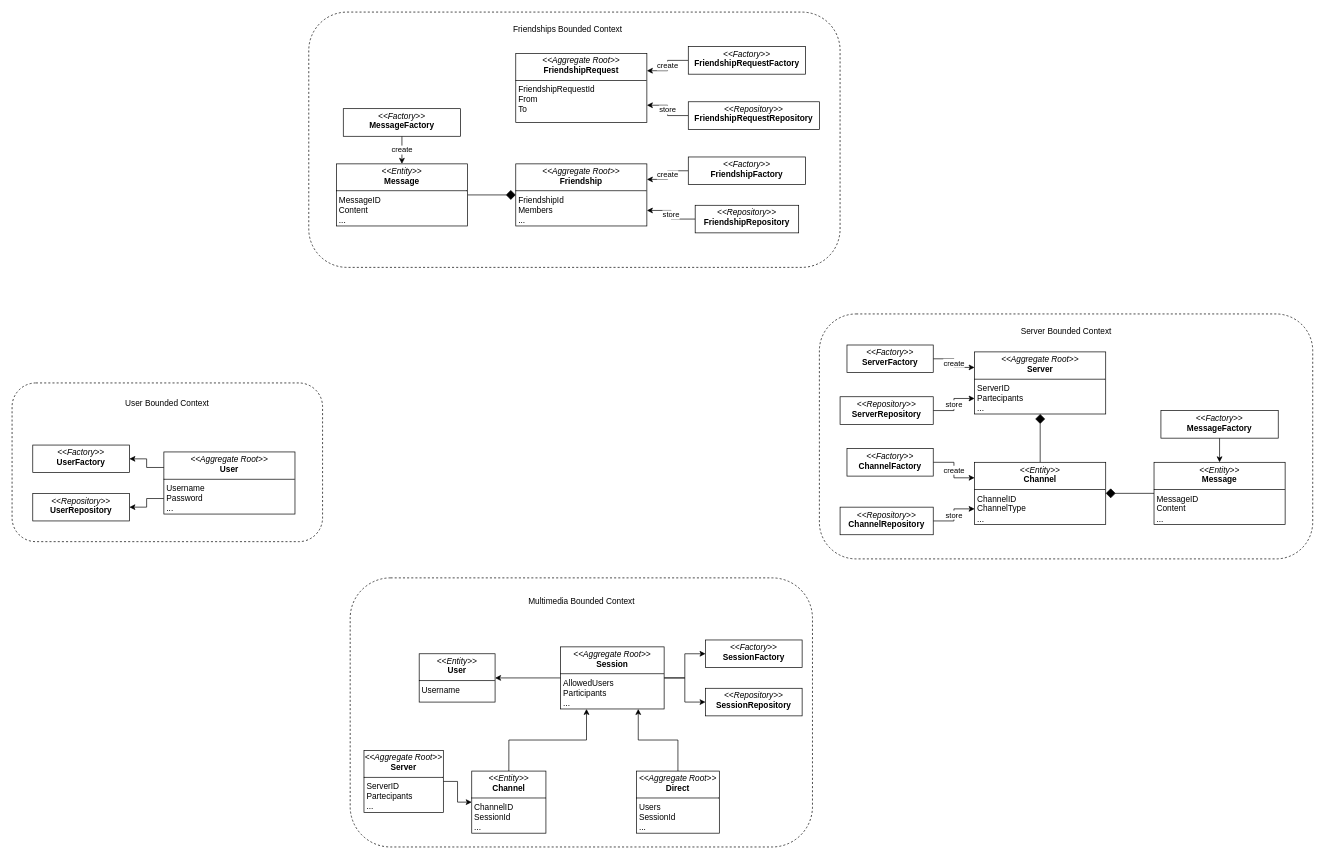
This is page "Bounded Contexts" (1 of 2) of resources/ddd.drawio from zucchero-sintattico/piper-kt, a draw.io file, before an edit. Source tidied: cells renumbered, new cells numbered last; positions are measured from the earlier drawing's top-left corner, leaving out a move shared by most shapes. Both pictures are drawn from the tidied source at 69%, with x=0, y=0 at pixel (12, 12).
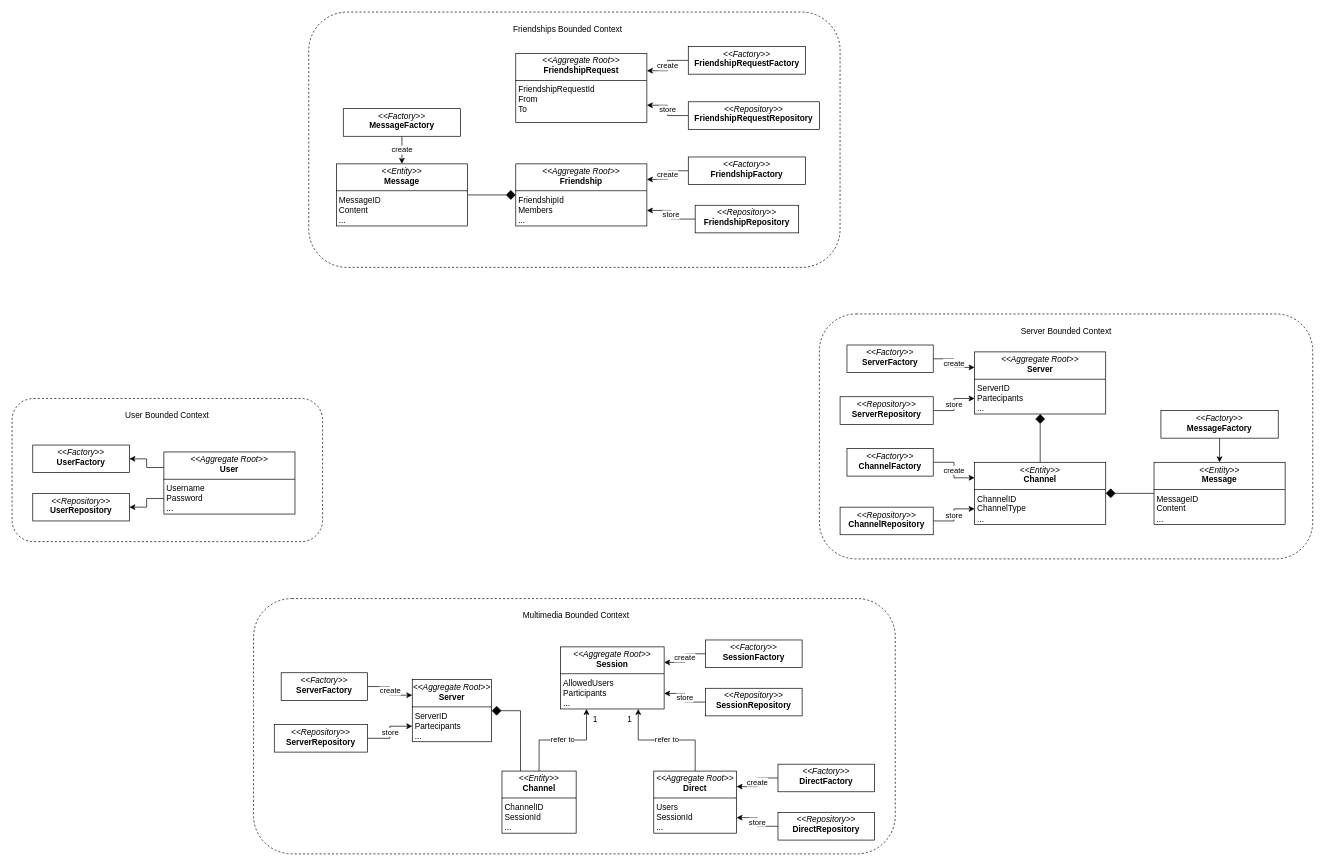
Above is the later version.

The change refers to these unchanged cells:
```xml
<mxCell id="28" value="&lt;p style=&quot;margin:0px;margin-top:4px;text-align:center;&quot;&gt;&lt;i&gt;&amp;lt;&amp;lt;Aggregate Root&amp;gt;&amp;gt;&lt;/i&gt;&lt;br&gt;&lt;b&gt;Session&lt;/b&gt;&lt;/p&gt;&lt;hr size=&quot;1&quot; style=&quot;border-style:solid;&quot;&gt;&lt;p style=&quot;margin:0px;margin-left:4px;&quot;&gt;AllowedUsers&lt;/p&gt;&lt;p style=&quot;margin:0px;margin-left:4px;&quot;&gt;Participants&lt;/p&gt;&lt;p style=&quot;margin:0px;margin-left:4px;&quot;&gt;...&lt;/p&gt;" style="verticalAlign=top;align=left;overflow=fill;html=1;whiteSpace=wrap;" parent="1" vertex="1">
  <mxGeometry x="795" y="920" width="150" height="90" as="geometry" />
</mxCell>
<mxCell id="29" value="&lt;p style=&quot;margin:0px;margin-top:4px;text-align:center;&quot;&gt;&lt;i&gt;&amp;lt;&amp;lt;Factory&amp;gt;&amp;gt;&lt;/i&gt;&lt;br&gt;&lt;b&gt;SessionFactory&lt;/b&gt;&lt;/p&gt;" style="verticalAlign=top;align=left;overflow=fill;html=1;whiteSpace=wrap;" parent="1" vertex="1">
  <mxGeometry x="1005" y="910" width="140" height="40" as="geometry" />
</mxCell>
<mxCell id="30" value="&lt;p style=&quot;margin:0px;margin-top:4px;text-align:center;&quot;&gt;&lt;i&gt;&amp;lt;&amp;lt;Repository&amp;gt;&amp;gt;&lt;/i&gt;&lt;br&gt;&lt;b&gt;SessionRepository&lt;/b&gt;&lt;/p&gt;" style="verticalAlign=top;align=left;overflow=fill;html=1;whiteSpace=wrap;" parent="1" vertex="1">
  <mxGeometry x="1005" y="980" width="140" height="40" as="geometry" />
</mxCell>
```

What changed in the source:
```diff
@@
     <mxCell id="15" style="rounded=1;whiteSpace=wrap;html=1;dashed=1;" parent="1" vertex="1">
-      <mxGeometry y="537.5" width="450" height="230" as="geometry" />
+      <mxGeometry y="560" width="450" height="207.5" as="geometry" />
     </mxCell>
@@
     <mxCell id="19" value="User Bounded Context" style="text;html=1;align=center;verticalAlign=middle;whiteSpace=wrap;rounded=0;" parent="1" vertex="1">
-      <mxGeometry x="155" y="552.5" width="140" height="30" as="geometry" />
+      <mxGeometry x="155" y="570" width="140" height="30" as="geometry" />
     </mxCell>
@@
     <mxCell id="22" style="rounded=1;whiteSpace=wrap;html=1;dashed=1;" parent="1" vertex="1">
-      <mxGeometry x="490" y="820" width="670" height="390" as="geometry" />
+      <mxGeometry x="350" y="850" width="930" height="370" as="geometry" />
     </mxCell>
     <mxCell id="23" value="Multimedia Bounded Context" style="text;html=1;align=center;verticalAlign=middle;whiteSpace=wrap;rounded=0;" parent="1" vertex="1">
-      <mxGeometry x="737.5" y="840" width="175" height="30" as="geometry" />
+      <mxGeometry x="730" y="860" width="175" height="30" as="geometry" />
     </mxCell>
-    <mxCell id="24" value="&lt;p style=&quot;margin:0px;margin-top:4px;text-align:center;&quot;&gt;&lt;i&gt;&amp;lt;&amp;lt;Entity&amp;gt;&amp;gt;&lt;/i&gt;&lt;br&gt;&lt;b&gt;User&lt;/b&gt;&lt;/p&gt;&lt;hr size=&quot;1&quot; style=&quot;border-style:solid;&quot;&gt;&lt;p style=&quot;margin:0px;margin-left:4px;&quot;&gt;Username&lt;br&gt;&lt;/p&gt;" style="verticalAlign=top;align=left;overflow=fill;html=1;whiteSpace=wrap;" parent="1" vertex="1">
-      <mxGeometry x="590" y="930" width="110" height="70" as="geometry" />
-    </mxCell>
-    <mxCell id="25" style="edgeStyle=orthogonalEdgeStyle;rounded=0;jettySize=auto;html=1;exitX=1;exitY=0.5;exitDx=0;exitDy=0;entryX=0;entryY=0.5;entryDx=0;entryDy=0;" parent="1" edge="1" source="28" target="29">
-      <mxGeometry relative="1" as="geometry" />
-    </mxCell>
-    <mxCell id="26" style="edgeStyle=orthogonalEdgeStyle;rounded=0;jettySize=auto;html=1;exitX=1;exitY=0.5;exitDx=0;exitDy=0;entryX=0;entryY=0.5;entryDx=0;entryDy=0;" parent="1" edge="1" source="28" target="30">
-      <mxGeometry relative="1" as="geometry" />
-    </mxCell>
-    <mxCell id="27" style="edgeStyle=orthogonalEdgeStyle;rounded=0;jettySize=auto;html=1;exitX=0;exitY=0.5;exitDx=0;exitDy=0;entryX=1;entryY=0.5;entryDx=0;entryDy=0;" parent="1" edge="1" source="28" target="24">
-      <mxGeometry relative="1" as="geometry" />
-    </mxCell>
@@
+    <mxCell id="57" value="create" style="edgeStyle=orthogonalEdgeStyle;rounded=0;jettySize=auto;html=1;exitX=0;exitY=0.5;exitDx=0;exitDy=0;entryX=1;entryY=0.25;entryDx=0;entryDy=0;" parent="1" edge="1" source="29" target="28">
+      <mxGeometry relative="1" as="geometry" />
+    </mxCell>
@@
+    <mxCell id="58" value="store" style="edgeStyle=orthogonalEdgeStyle;rounded=0;jettySize=auto;html=1;exitX=0;exitY=0.5;exitDx=0;exitDy=0;entryX=1;entryY=0.75;entryDx=0;entryDy=0;" parent="1" edge="1" source="30" target="28">
+      <mxGeometry relative="1" as="geometry" />
+    </mxCell>
@@
-    <mxCell id="31" style="edgeStyle=orthogonalEdgeStyle;rounded=0;jettySize=auto;html=1;exitX=1;exitY=0.5;exitDx=0;exitDy=0;entryX=0;entryY=0.5;entryDx=0;entryDy=0;" parent="1" edge="1" source="32" target="34">
+    <mxCell id="31" style="edgeStyle=orthogonalEdgeStyle;rounded=0;jettySize=auto;html=1;exitX=1;exitY=0.5;exitDx=0;exitDy=0;entryX=0.25;entryY=0;entryDx=0;entryDy=0;endArrow=none;endFill=0;startArrow=diamond;startFill=1;endSize=12;startSize=12;" parent="1" edge="1" source="32" target="34">
       <mxGeometry relative="1" as="geometry" />
     </mxCell>
     <mxCell id="32" value="&lt;p style=&quot;margin:0px;margin-top:4px;text-align:center;&quot;&gt;&lt;i&gt;&amp;lt;&amp;lt;Aggregate Root&amp;gt;&amp;gt;&lt;/i&gt;&lt;br&gt;&lt;b&gt;Server&lt;/b&gt;&lt;/p&gt;&lt;hr size=&quot;1&quot; style=&quot;border-style:solid;&quot;&gt;&lt;p style=&quot;margin:0px;margin-left:4px;&quot;&gt;ServerID&lt;/p&gt;&lt;p style=&quot;margin:0px;margin-left:4px;&quot;&gt;Partecipants&lt;/p&gt;&lt;p style=&quot;margin:0px;margin-left:4px;&quot;&gt;...&lt;/p&gt;" style="verticalAlign=top;align=left;overflow=fill;html=1;whiteSpace=wrap;" parent="1" vertex="1">
-      <mxGeometry x="510" y="1070" width="115" height="90" as="geometry" />
+      <mxGeometry x="580" y="967.5" width="115" height="90" as="geometry" />
     </mxCell>
-    <mxCell id="33" style="edgeStyle=orthogonalEdgeStyle;rounded=0;jettySize=auto;html=1;exitX=0.5;exitY=0;exitDx=0;exitDy=0;entryX=0.25;entryY=1;entryDx=0;entryDy=0;" parent="1" edge="1" source="34" target="28">
+    <mxCell id="33" value="refer to" style="edgeStyle=orthogonalEdgeStyle;rounded=0;jettySize=auto;html=1;exitX=0.5;exitY=0;exitDx=0;exitDy=0;entryX=0.25;entryY=1;entryDx=0;entryDy=0;" parent="1" edge="1" source="34" target="28">
       <mxGeometry relative="1" as="geometry" />
     </mxCell>
     <mxCell id="34" value="&lt;p style=&quot;margin:0px;margin-top:4px;text-align:center;&quot;&gt;&lt;i&gt;&amp;lt;&amp;lt;Entity&amp;gt;&amp;gt;&lt;/i&gt;&lt;br&gt;&lt;b&gt;Channel&lt;/b&gt;&lt;/p&gt;&lt;hr size=&quot;1&quot; style=&quot;border-style:solid;&quot;&gt;&lt;p style=&quot;margin:0px;margin-left:4px;&quot;&gt;ChannelID&lt;/p&gt;&lt;p style=&quot;margin:0px;margin-left:4px;&quot;&gt;SessionId&lt;/p&gt;&lt;p style=&quot;margin:0px;margin-left:4px;&quot;&gt;...&lt;/p&gt;" style="verticalAlign=top;align=left;overflow=fill;html=1;whiteSpace=wrap;" parent="1" vertex="1">
-      <mxGeometry x="666.2" y="1100" width="107.5" height="90" as="geometry" />
+      <mxGeometry x="710" y="1100" width="107.5" height="90" as="geometry" />
     </mxCell>
-    <mxCell id="35" style="edgeStyle=orthogonalEdgeStyle;rounded=0;jettySize=auto;html=1;exitX=0.5;exitY=0;exitDx=0;exitDy=0;entryX=0.75;entryY=1;entryDx=0;entryDy=0;" parent="1" edge="1" source="36" target="28">
+    <mxCell id="35" value="refer to" style="edgeStyle=orthogonalEdgeStyle;rounded=0;jettySize=auto;html=1;exitX=0.5;exitY=0;exitDx=0;exitDy=0;entryX=0.75;entryY=1;entryDx=0;entryDy=0;" parent="1" edge="1" source="36" target="28">
       <mxGeometry relative="1" as="geometry" />
     </mxCell>
     <mxCell id="36" value="&lt;p style=&quot;margin:0px;margin-top:4px;text-align:center;&quot;&gt;&lt;i&gt;&amp;lt;&amp;lt;Aggregate Root&amp;gt;&amp;gt;&lt;/i&gt;&lt;br&gt;&lt;b&gt;Direct&lt;/b&gt;&lt;/p&gt;&lt;hr size=&quot;1&quot; style=&quot;border-style:solid;&quot;&gt;&lt;p style=&quot;margin:0px;margin-left:4px;&quot;&gt;Users&lt;/p&gt;&lt;p style=&quot;margin:0px;margin-left:4px;&quot;&gt;SessionId&lt;/p&gt;&lt;p style=&quot;margin:0px;margin-left:4px;&quot;&gt;...&lt;/p&gt;" style="verticalAlign=top;align=left;overflow=fill;html=1;whiteSpace=wrap;" parent="1" vertex="1">
-      <mxGeometry x="905" y="1100" width="120" height="90" as="geometry" />
+      <mxGeometry x="930" y="1100" width="120" height="90" as="geometry" />
     </mxCell>
@@
+    <mxCell id="59" value="create" style="edgeStyle=orthogonalEdgeStyle;rounded=0;jettySize=auto;html=1;exitX=1;exitY=0.5;exitDx=0;exitDy=0;entryX=0;entryY=0.25;entryDx=0;entryDy=0;" parent="1" edge="1" source="60" target="32">
+      <mxGeometry relative="1" as="geometry" />
+    </mxCell>
+    <mxCell id="60" value="&lt;p style=&quot;margin:0px;margin-top:4px;text-align:center;&quot;&gt;&lt;i&gt;&amp;lt;&amp;lt;Factory&amp;gt;&amp;gt;&lt;/i&gt;&lt;br&gt;&lt;b&gt;ServerFactory&lt;/b&gt;&lt;/p&gt;" style="verticalAlign=top;align=left;overflow=fill;html=1;whiteSpace=wrap;" parent="1" vertex="1">
+      <mxGeometry x="390" y="957.5" width="125" height="40" as="geometry" />
+    </mxCell>
+    <mxCell id="61" value="store" style="edgeStyle=orthogonalEdgeStyle;rounded=0;jettySize=auto;html=1;exitX=1;exitY=0.5;exitDx=0;exitDy=0;entryX=0;entryY=0.75;entryDx=0;entryDy=0;" parent="1" edge="1" source="62" target="32">
+      <mxGeometry relative="1" as="geometry" />
+    </mxCell>
+    <mxCell id="62" value="&lt;p style=&quot;margin:0px;margin-top:4px;text-align:center;&quot;&gt;&lt;i&gt;&amp;lt;&amp;lt;Repository&amp;gt;&amp;gt;&lt;/i&gt;&lt;br&gt;&lt;b&gt;ServerRepository&lt;/b&gt;&lt;/p&gt;" style="verticalAlign=top;align=left;overflow=fill;html=1;whiteSpace=wrap;" parent="1" vertex="1">
+      <mxGeometry x="380" y="1032.5" width="135" height="40" as="geometry" />
+    </mxCell>
+    <mxCell id="63" value="create" style="edgeStyle=orthogonalEdgeStyle;rounded=0;orthogonalLoop=1;jettySize=auto;html=1;exitX=1;exitY=0.5;exitDx=0;exitDy=0;entryX=0;entryY=0.5;entryDx=0;entryDy=0;" parent="1" edge="1">
+      <mxGeometry relative="1" as="geometry">
+        <mxPoint x="590" y="965" as="targetPoint" />
+      </mxGeometry>
+    </mxCell>
+    <mxCell id="64" value="1" style="text;html=1;align=center;verticalAlign=middle;strokeColor=none;fillColor=none;" parent="1" vertex="1">
+      <mxGeometry x="830" y="1010" width="30" height="30" as="geometry" />
+    </mxCell>
+    <mxCell id="65" value="1" style="text;html=1;align=center;verticalAlign=middle;strokeColor=none;fillColor=none;" parent="1" vertex="1">
+      <mxGeometry x="880" y="1010" width="30" height="30" as="geometry" />
+    </mxCell>
+    <mxCell id="66" value="create" style="edgeStyle=orthogonalEdgeStyle;rounded=0;jettySize=auto;html=1;exitX=0;exitY=0.5;exitDx=0;exitDy=0;entryX=1;entryY=0.25;entryDx=0;entryDy=0;" parent="1" edge="1" source="67" target="36">
+      <mxGeometry relative="1" as="geometry" />
+    </mxCell>
+    <mxCell id="67" value="&lt;p style=&quot;margin:0px;margin-top:4px;text-align:center;&quot;&gt;&lt;i&gt;&amp;lt;&amp;lt;Factory&amp;gt;&amp;gt;&lt;/i&gt;&lt;br&gt;&lt;b&gt;DirectFactory&lt;/b&gt;&lt;/p&gt;" style="verticalAlign=top;align=left;overflow=fill;html=1;whiteSpace=wrap;" parent="1" vertex="1">
+      <mxGeometry x="1110" y="1090" width="140" height="40" as="geometry" />
+    </mxCell>
+    <mxCell id="68" value="store" style="edgeStyle=orthogonalEdgeStyle;rounded=0;jettySize=auto;html=1;exitX=0;exitY=0.5;exitDx=0;exitDy=0;entryX=1;entryY=0.75;entryDx=0;entryDy=0;" parent="1" edge="1" source="69" target="36">
+      <mxGeometry relative="1" as="geometry" />
+    </mxCell>
+    <mxCell id="69" value="&lt;p style=&quot;margin:0px;margin-top:4px;text-align:center;&quot;&gt;&lt;i&gt;&amp;lt;&amp;lt;Repository&amp;gt;&amp;gt;&lt;/i&gt;&lt;br&gt;&lt;b&gt;DirectRepository&lt;/b&gt;&lt;/p&gt;" style="verticalAlign=top;align=left;overflow=fill;html=1;whiteSpace=wrap;" parent="1" vertex="1">
+      <mxGeometry x="1110" y="1160" width="140" height="40" as="geometry" />
+    </mxCell>
```
